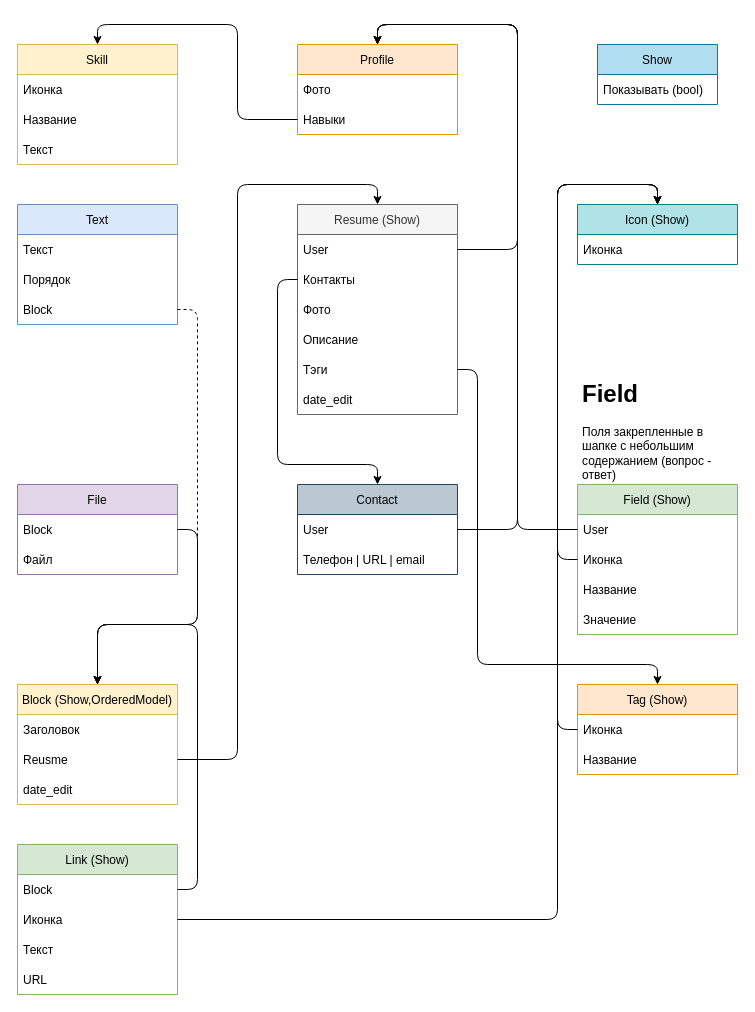
Above: page "Основная БД" (1 of 2) of db.drawio in YandexLyceumPP/Resume (draw.io), before the change. Source tidied: cells renumbered, new cells numbered last; positions are measured from the earlier drawing's top-left corner, leaving out a move shared by most shapes. Both pictures are drawn from the tidied source at 100%, with x=0, y=0 at pixel (17, 24).
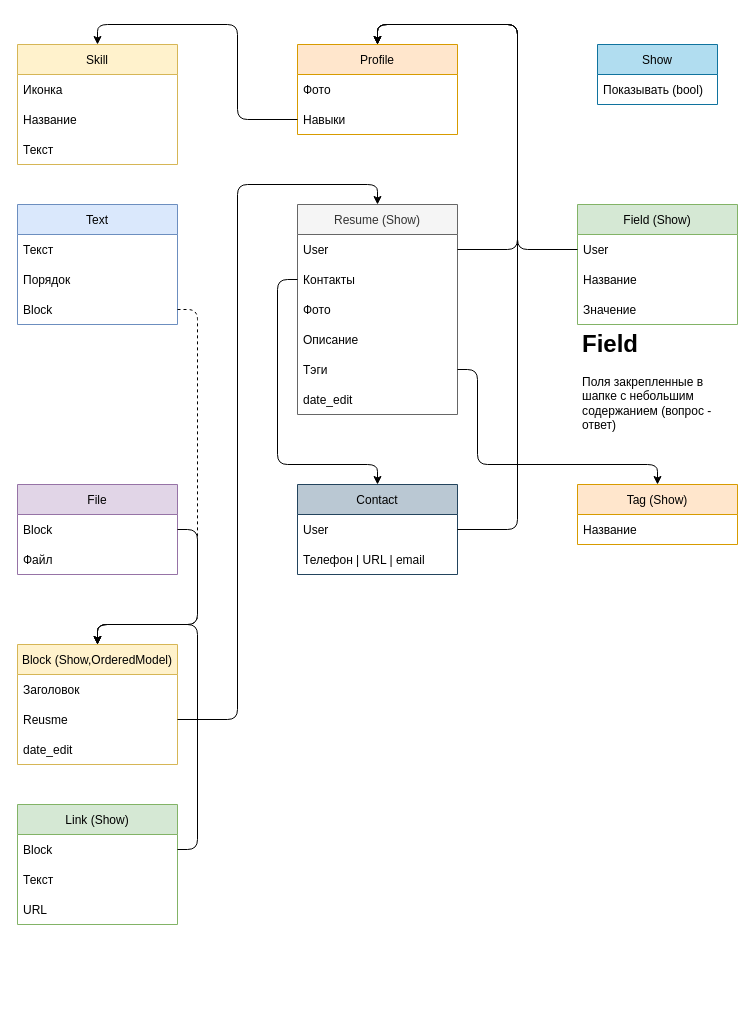
The same diagram, later.

The change refers to these unchanged cells:
```xml
<mxCell id="2" value="Profile" style="swimlane;fontStyle=0;horizontal=1;startSize=30;fillColor=#ffe6cc;strokeColor=#d79b00;" parent="1" vertex="1">
  <mxGeometry x="280" y="20" width="160" height="90" as="geometry" />
</mxCell>
<mxCell id="6" value="Block" style="text;strokeColor=none;fillColor=none;align=left;verticalAlign=middle;spacingLeft=4;spacingRight=4;overflow=hidden;points=[[0,0.5],[1,0.5]];portConstraint=eastwest;" parent="5" vertex="1">
  <mxGeometry y="30" width="160" height="30" as="geometry" />
</mxCell>
<mxCell id="13" value="User" style="text;strokeColor=none;fillColor=none;align=left;verticalAlign=middle;spacingLeft=4;spacingRight=4;overflow=hidden;points=[[0,0.5],[1,0.5]];portConstraint=eastwest;" parent="12" vertex="1">
  <mxGeometry y="30" width="160" height="30" as="geometry" />
</mxCell>
<mxCell id="32" value="Тэги" style="text;strokeColor=none;fillColor=none;align=left;verticalAlign=middle;spacingLeft=4;spacingRight=4;overflow=hidden;points=[[0,0.5],[1,0.5]];portConstraint=eastwest;" parent="27" vertex="1">
  <mxGeometry y="150" width="160" height="30" as="geometry" />
</mxCell>
```

Change to the diagram source:
```diff
@@
     <mxCell id="5" value="Link (Show)" style="swimlane;fontStyle=0;horizontal=1;startSize=30;fillColor=#d5e8d4;strokeColor=#82b366;" parent="1" vertex="1">
-      <mxGeometry y="820" width="160" height="150" as="geometry" />
+      <mxGeometry y="780" width="160" height="120" as="geometry" />
     </mxCell>
@@
-    <mxCell id="7" value="Иконка" style="text;strokeColor=none;fillColor=none;align=left;verticalAlign=middle;spacingLeft=4;spacingRight=4;overflow=hidden;points=[[0,0.5],[1,0.5]];portConstraint=eastwest;" parent="5" vertex="1">
-      <mxGeometry y="60" width="160" height="30" as="geometry" />
-    </mxCell>
     <mxCell id="8" value="Текст" style="text;strokeColor=none;fillColor=none;align=left;verticalAlign=middle;spacingLeft=4;spacingRight=4;overflow=hidden;" parent="5" vertex="1">
-      <mxGeometry y="90" width="160" height="30" as="geometry" />
+      <mxGeometry y="60" width="160" height="30" as="geometry" />
     </mxCell>
     <mxCell id="9" value="URL" style="text;strokeColor=none;fillColor=none;align=left;verticalAlign=middle;spacingLeft=4;spacingRight=4;overflow=hidden;" parent="5" vertex="1">
-      <mxGeometry y="120" width="160" height="30" as="geometry" />
+      <mxGeometry y="90" width="160" height="30" as="geometry" />
     </mxCell>
@@
     <mxCell id="12" value="Field (Show)" style="swimlane;fontStyle=0;horizontal=1;startSize=30;fillColor=#d5e8d4;strokeColor=#82b366;" parent="1" vertex="1">
-      <mxGeometry x="560" y="460" width="160" height="150" as="geometry" />
+      <mxGeometry x="560" y="180" width="160" height="120" as="geometry" />
     </mxCell>
@@
-    <mxCell id="14" value="Иконка" style="text;strokeColor=none;fillColor=none;align=left;verticalAlign=middle;spacingLeft=4;spacingRight=4;overflow=hidden;points=[[0,0.5],[1,0.5]];portConstraint=eastwest;" parent="12" vertex="1">
-      <mxGeometry y="60" width="160" height="30" as="geometry" />
-    </mxCell>
     <mxCell id="15" value="Название" style="text;strokeColor=none;fillColor=none;align=left;verticalAlign=middle;spacingLeft=4;spacingRight=4;overflow=hidden;" parent="12" vertex="1">
-      <mxGeometry y="90" width="160" height="30" as="geometry" />
+      <mxGeometry y="60" width="160" height="30" as="geometry" />
     </mxCell>
     <mxCell id="16" value="Значение" style="text;strokeColor=none;fillColor=none;align=left;verticalAlign=middle;spacingLeft=4;spacingRight=4;overflow=hidden;" parent="12" vertex="1">
-      <mxGeometry y="120" width="160" height="30" as="geometry" />
+      <mxGeometry y="90" width="160" height="30" as="geometry" />
     </mxCell>
     <mxCell id="17" style="edgeStyle=orthogonalEdgeStyle;rounded=1;jettySize=auto;html=1;exitX=0;exitY=0.5;exitDx=0;exitDy=0;entryX=0.5;entryY=0;entryDx=0;entryDy=0;fontFamily=Helvetica;fontSize=12;" parent="1" edge="1" source="13" target="2">
       <mxGeometry relative="1" as="geometry">
         <Array as="points">
-          <mxPoint x="500" y="505" />
+          <mxPoint x="500" y="225" />
           <mxPoint x="500" />
           <mxPoint x="360" />
         </Array>
       </mxGeometry>
     </mxCell>
     <mxCell id="18" value="&lt;h1&gt;&lt;span style=&quot;text-align: center&quot;&gt;&lt;font style=&quot;font-size: 24px&quot;&gt;Field&lt;/font&gt;&lt;/span&gt;&lt;br&gt;&lt;/h1&gt;&lt;p&gt;Поля закрепленные в шапке с небольшим содержанием (вопрос - ответ)&lt;/p&gt;" style="text;html=1;strokeColor=none;fillColor=none;spacing=5;spacingTop=-20;whiteSpace=wrap;overflow=hidden;rounded=0;fontFamily=Helvetica;fontSize=12;opacity=40;" parent="1" vertex="1">
-      <mxGeometry x="560" y="350" width="160" height="110" as="geometry" />
+      <mxGeometry x="560" y="300" width="160" height="110" as="geometry" />
     </mxCell>
@@
     <mxCell id="24" value="Tag (Show)" style="swimlane;fontStyle=0;horizontal=1;startSize=30;fillColor=#ffe6cc;strokeColor=#d79b00;" parent="1" vertex="1">
-      <mxGeometry x="560" y="660" width="160" height="90" as="geometry" />
+      <mxGeometry x="560" y="460" width="160" height="60" as="geometry" />
     </mxCell>
-    <mxCell id="25" value="Иконка" style="text;strokeColor=none;fillColor=none;align=left;verticalAlign=middle;spacingLeft=4;spacingRight=4;overflow=hidden;points=[[0,0.5],[1,0.5]];portConstraint=eastwest;" parent="24" vertex="1">
-      <mxGeometry y="30" width="160" height="30" as="geometry" />
-    </mxCell>
     <mxCell id="26" value="Название" style="text;strokeColor=none;fillColor=none;align=left;verticalAlign=middle;spacingLeft=4;spacingRight=4;overflow=hidden;" parent="24" vertex="1">
-      <mxGeometry y="60" width="160" height="30" as="geometry" />
+      <mxGeometry y="30" width="160" height="30" as="geometry" />
     </mxCell>
@@
     <mxCell id="35" style="edgeStyle=orthogonalEdgeStyle;rounded=1;jettySize=auto;html=1;exitX=1;exitY=0.5;exitDx=0;exitDy=0;entryX=0.5;entryY=0;entryDx=0;entryDy=0;elbow=vertical;" parent="1" edge="1" source="32" target="24">
       <mxGeometry relative="1" as="geometry">
         <Array as="points">
           <mxPoint x="460" y="345" />
-          <mxPoint x="460" y="640" />
-          <mxPoint x="640" y="640" />
+          <mxPoint x="460" y="440" />
+          <mxPoint x="640" y="440" />
         </Array>
       </mxGeometry>
     </mxCell>
-    <mxCell id="36" value="Icon (Show)" style="swimlane;fontStyle=0;horizontal=1;startSize=30;fillColor=#b0e3e6;strokeColor=#0e8088;" parent="1" vertex="1">
-      <mxGeometry x="560" y="180" width="160" height="60" as="geometry" />
-    </mxCell>
-    <mxCell id="37" value="Иконка" style="text;align=left;verticalAlign=middle;spacingLeft=4;spacingRight=4;overflow=hidden;" parent="36" vertex="1">
-      <mxGeometry y="30" width="160" height="30" as="geometry" />
-    </mxCell>
     <mxCell id="38" value="Block (Show,OrderedModel)" style="swimlane;fontStyle=0;horizontal=1;startSize=30;fillColor=#fff2cc;strokeColor=#d6b656;" parent="1" vertex="1">
-      <mxGeometry y="660" width="160" height="120" as="geometry" />
+      <mxGeometry y="620" width="160" height="120" as="geometry" />
     </mxCell>
@@
     <mxCell id="51" style="edgeStyle=orthogonalEdgeStyle;jettySize=auto;html=1;exitX=1;exitY=0.5;exitDx=0;exitDy=0;entryX=0.5;entryY=0;entryDx=0;entryDy=0;rounded=1;" parent="1" edge="1" source="6" target="38">
       <mxGeometry relative="1" as="geometry">
         <Array as="points">
-          <mxPoint x="180" y="865" />
+          <mxPoint x="180" y="825" />
           <mxPoint x="180" y="600" />
           <mxPoint x="80" y="600" />
         </Array>
       </mxGeometry>
     </mxCell>
@@
-    <mxCell id="53" style="edgeStyle=orthogonalEdgeStyle;rounded=1;jettySize=auto;html=1;exitX=0;exitY=0.5;exitDx=0;exitDy=0;entryX=0.5;entryY=0;entryDx=0;entryDy=0;" parent="1" edge="1" source="25" target="36">
-      <mxGeometry relative="1" as="geometry">
-        <Array as="points">
-          <mxPoint x="540" y="705" />
-          <mxPoint x="540" y="160" />
-          <mxPoint x="640" y="160" />
-        </Array>
-      </mxGeometry>
-    </mxCell>
-    <mxCell id="54" style="edgeStyle=orthogonalEdgeStyle;rounded=1;jettySize=auto;html=1;exitX=0;exitY=0.5;exitDx=0;exitDy=0;entryX=0.5;entryY=0;entryDx=0;entryDy=0;" parent="1" edge="1" source="14" target="36">
-      <mxGeometry relative="1" as="geometry">
-        <Array as="points">
-          <mxPoint x="540" y="535" />
-          <mxPoint x="540" y="160" />
-          <mxPoint x="640" y="160" />
-        </Array>
-      </mxGeometry>
-    </mxCell>
-    <mxCell id="55" style="edgeStyle=orthogonalEdgeStyle;rounded=1;jettySize=auto;html=1;exitX=1;exitY=0.5;exitDx=0;exitDy=0;entryX=0.5;entryY=0;entryDx=0;entryDy=0;" parent="1" edge="1" source="7" target="36">
-      <mxGeometry relative="1" as="geometry">
-        <Array as="points">
-          <mxPoint x="540" y="895" />
-          <mxPoint x="540" y="160" />
-          <mxPoint x="640" y="160" />
-        </Array>
-      </mxGeometry>
-    </mxCell>
```
